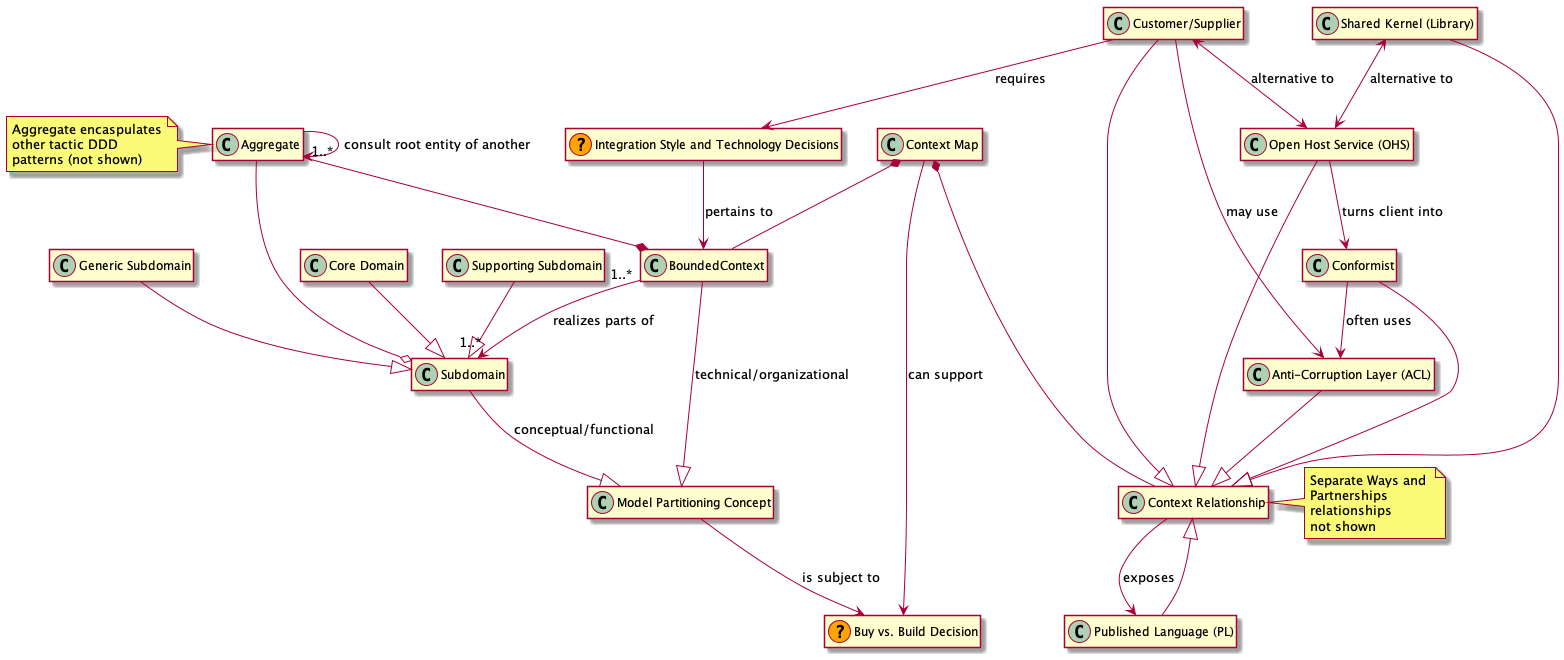
Above: activities/images/StrategicDDDMetaModel.png in socadk/design-practice-repository (PlantUML), before the change.
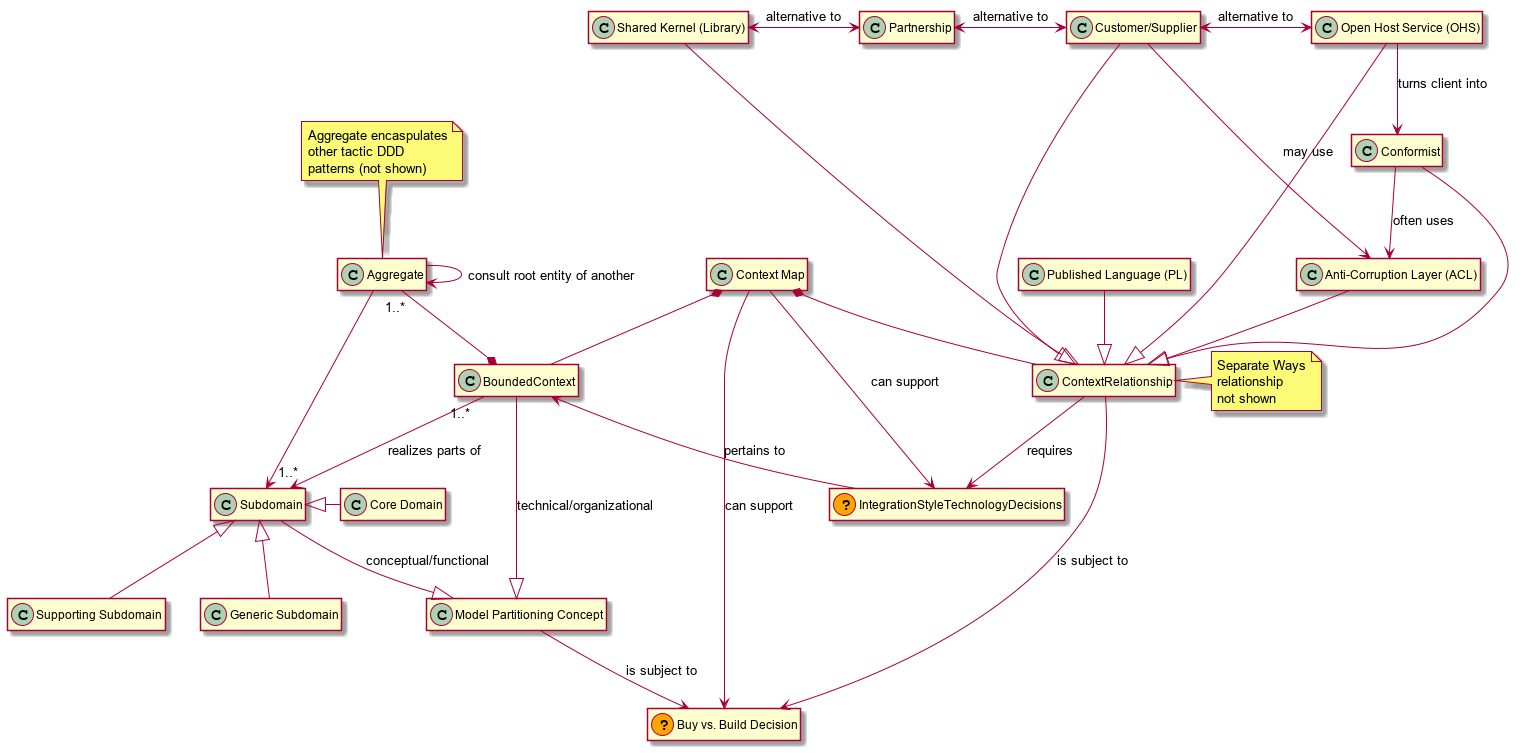
The same file after the commit.

Commit message:
puml S-DDD fixes, layout

Diff of the diagram source:
```diff
@@ -3,15 +3,15 @@
 
 hide members
 
+class Subdomain
+
 class "Core Domain" as CoreDomain
 class "Supporting Subdomain" as SupportingSubdomain
 class "Generic Subdomain" as GenericSubdomain
 
-class Subdomain
-
-CoreDomain --|> Subdomain
-SupportingSubdomain --|> Subdomain
-GenericSubdomain --|> Subdomain
+Subdomain <|- CoreDomain
+Subdomain <|-- SupportingSubdomain
+Subdomain <|-- GenericSubdomain
 
 class "Model Partitioning Concept" as ModelPartitioningConcept
 
@@ -19,11 +19,11 @@
 
 class Aggregate
 
-Aggregate --o Subdomain
+Aggregate --> Subdomain
 
 Aggregate --> Aggregate : "consult root entity of another"
 
-note left of Aggregate
+note top of Aggregate
   Aggregate encaspulates
   other tactic DDD
   patterns (not shown)
@@ -44,8 +44,10 @@
 class "Buy vs. Build Decision" as BuyVsBuildDecision << (?,Orange) >>
 
 ModelPartitioningConcept --> BuyVsBuildDecision : "is subject to"
+ContextRelationship --> BuyVsBuildDecision : "is subject to"
 
 ContextMap --> BuyVsBuildDecision : "can support"
+ContextMap --> IntegrationStyleTechnologyDecisions : "can support"
 
 class "Context Relationship" as ContextRelationship
 
@@ -53,13 +55,11 @@
 
 class "Published Language (PL)" as PublishedLanguage
 
-ContextRelationship --> PublishedLanguage : "exposes"
 PublishedLanguage --|> ContextRelationship
 
 note right of ContextRelationship
-  Separate Ways and
-  Partnerships
-  relationships
+  Separate Ways
+  relationship
   not shown
 end note
 
@@ -75,15 +75,17 @@
 Conformist --|> ContextRelationship
 AntiCorruptionLayer --|> ContextRelationship
 
-SharedKernel <--> OpenHostService : "alternative to"
-CustomerSupplier <--> OpenHostService : "alternative to"
+SharedKernel <-> Partnership : "alternative to"
+Partnership <-> CustomerSupplier : "alternative to"
+CustomerSupplier <-> OpenHostService : "alternative to"
 CustomerSupplier --> AntiCorruptionLayer : "may use"
 Conformist --> AntiCorruptionLayer : "often uses"
 OpenHostService --> Conformist : "turns client into"
 
 class "Integration Style and Technology Decisions" as IntegrationStyleTechnologyDecisions << (?,Orange) >>
 
-CustomerSupplier --> IntegrationStyleTechnologyDecisions : "requires"
-IntegrationStyleTechnologyDecisions --> BoundedContext : "pertains to"
+ContextRelationship --> IntegrationStyleTechnologyDecisions : "requires"
+
+BoundedContext <-- IntegrationStyleTechnologyDecisions : "pertains to"
 
 @enduml
```
